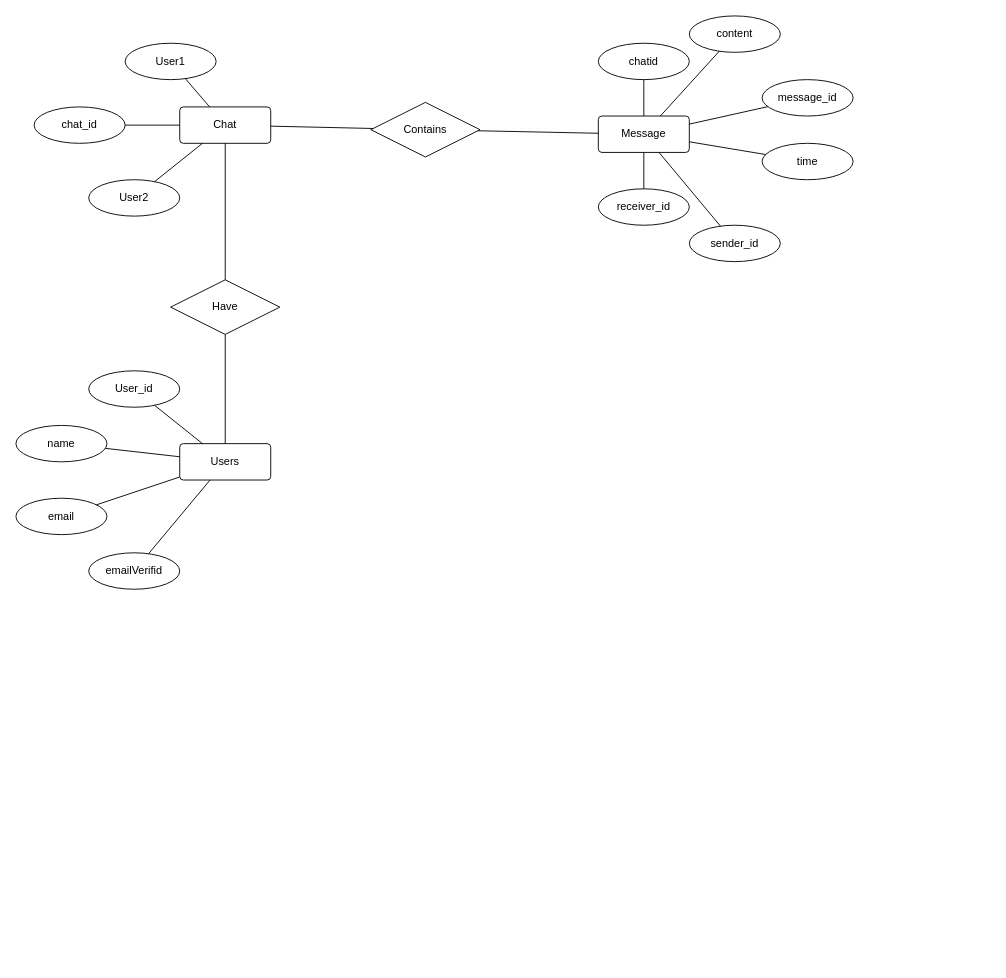
The draw.io diagram Draw.io/Untitled Diagram.drawio in Vishwanath61/21CS210-DBMS-LAB, before the edit. Source tidied: cells renumbered, new cells numbered last; positions are measured from the earlier drawing's top-left corner, leaving out a move shared by most shapes. Both pictures are drawn from the tidied source at 91%, with x=0, y=0 at pixel (15, 15).
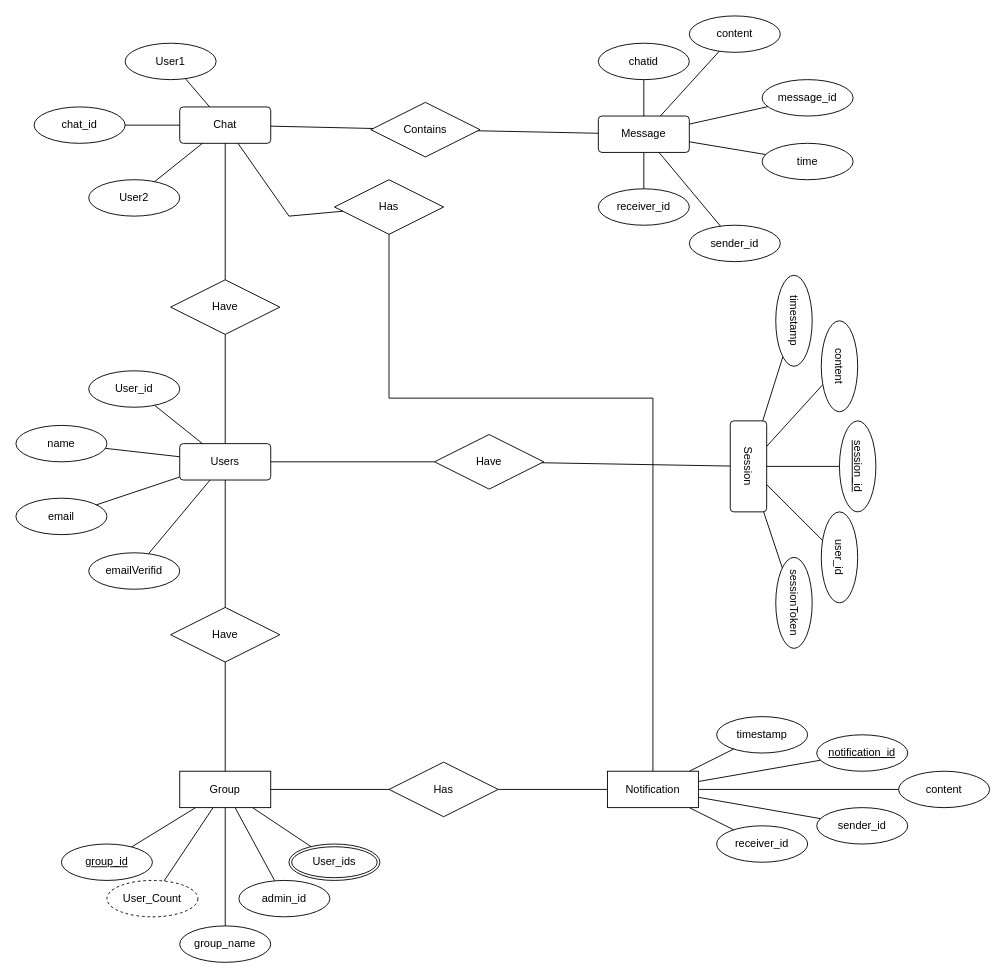
The same diagram, later.

The change refers to these unchanged cells:
```xml
<mxCell id="3" value="Chat" style="rounded=1;arcSize=10;whiteSpace=wrap;html=1;align=center;" parent="2" vertex="1">
  <mxGeometry x="160" y="70" width="100" height="40" as="geometry" />
</mxCell>
<mxCell id="27" value="Users" style="rounded=1;arcSize=10;whiteSpace=wrap;html=1;align=center;" parent="1" vertex="1">
  <mxGeometry x="180" y="470" width="100" height="40" as="geometry" />
</mxCell>
```

Change to the diagram source:
```diff
@@
+    <mxCell id="39" style="group;" parent="1" vertex="1">
+      <mxGeometry x="650" y="770" width="420" height="160" as="geometry" />
+    </mxCell>
+    <mxCell id="40" style="group;" parent="39" vertex="1">
+      <mxGeometry x="120" width="300" height="160" as="geometry" />
+    </mxCell>
+    <mxCell id="41" style="group;" parent="40" vertex="1">
+      <mxGeometry width="300" height="160" as="geometry" />
+    </mxCell>
+    <mxCell id="42" value="timestamp" style="ellipse;whiteSpace=wrap;html=1;align=center;" parent="41" vertex="1">
+      <mxGeometry width="100" height="40" as="geometry" />
+    </mxCell>
+    <mxCell id="43" value="notification_id" style="ellipse;whiteSpace=wrap;html=1;align=center;fontStyle=4;" parent="41" vertex="1">
+      <mxGeometry x="110" y="20" width="100" height="40" as="geometry" />
+    </mxCell>
+    <mxCell id="44" value="content" style="ellipse;whiteSpace=wrap;html=1;align=center;" parent="41" vertex="1">
+      <mxGeometry x="200" y="60" width="100" height="40" as="geometry" />
+    </mxCell>
+    <mxCell id="45" value="sender_id" style="ellipse;whiteSpace=wrap;html=1;align=center;" parent="41" vertex="1">
+      <mxGeometry x="110" y="100" width="100" height="40" as="geometry" />
+    </mxCell>
+    <mxCell id="46" value="receiver_id" style="ellipse;whiteSpace=wrap;html=1;align=center;" parent="41" vertex="1">
+      <mxGeometry y="120" width="100" height="40" as="geometry" />
+    </mxCell>
+    <mxCell id="47" style="endArrow=none;html=1;rounded=0;" parent="39" edge="1" source="42" target="49">
+      <mxGeometry relative="1" as="geometry" />
+    </mxCell>
+    <mxCell id="48" style="endArrow=none;html=1;rounded=0;" parent="39" edge="1" source="46" target="49">
+      <mxGeometry relative="1" as="geometry" />
+    </mxCell>
+    <mxCell id="49" value="Notification" style="whiteSpace=wrap;html=1;align=center;" parent="39" vertex="1">
+      <mxGeometry y="60" width="100" height="40" as="geometry" />
+    </mxCell>
+    <mxCell id="50" style="endArrow=none;html=1;rounded=0;" parent="39" edge="1" source="43" target="49">
+      <mxGeometry relative="1" as="geometry" />
+    </mxCell>
+    <mxCell id="51" style="endArrow=none;html=1;rounded=0;" parent="39" edge="1" source="44" target="49">
+      <mxGeometry relative="1" as="geometry" />
+    </mxCell>
+    <mxCell id="52" style="endArrow=none;html=1;rounded=0;" parent="39" edge="1" source="45" target="49">
+      <mxGeometry relative="1" as="geometry" />
+    </mxCell>
+    <mxCell id="53" style="group;" parent="1" vertex="1">
+      <mxGeometry x="50" y="830" width="350" height="210" as="geometry" />
+    </mxCell>
+    <mxCell id="54" value="Group" style="whiteSpace=wrap;html=1;align=center;" parent="53" vertex="1">
+      <mxGeometry x="130" width="100" height="40" as="geometry" />
+    </mxCell>
+    <mxCell id="55" style="group;" parent="53" vertex="1">
+      <mxGeometry y="80" width="350" height="130" as="geometry" />
+    </mxCell>
+    <mxCell id="56" value="group_name" style="ellipse;whiteSpace=wrap;html=1;align=center;" parent="55" vertex="1">
+      <mxGeometry x="130" y="90" width="100" height="40" as="geometry" />
+    </mxCell>
+    <mxCell id="57" value="group_id" style="ellipse;whiteSpace=wrap;html=1;align=center;fontStyle=4;" parent="55" vertex="1">
+      <mxGeometry width="100" height="40" as="geometry" />
+    </mxCell>
+    <mxCell id="58" value="admin_id" style="ellipse;whiteSpace=wrap;html=1;align=center;" parent="55" vertex="1">
+      <mxGeometry x="195" y="40" width="100" height="40" as="geometry" />
+    </mxCell>
+    <mxCell id="59" value="User_Count" style="ellipse;whiteSpace=wrap;html=1;align=center;dashed=1;" parent="55" vertex="1">
+      <mxGeometry x="50" y="40" width="100" height="40" as="geometry" />
+    </mxCell>
+    <mxCell id="60" value="User_ids" style="ellipse;shape=doubleEllipse;margin=3;whiteSpace=wrap;html=1;align=center;" parent="55" vertex="1">
+      <mxGeometry x="250" width="100" height="40" as="geometry" />
+    </mxCell>
+    <mxCell id="61" style="endArrow=none;html=1;rounded=0;" parent="53" edge="1" source="56" target="54">
+      <mxGeometry relative="1" as="geometry" />
+    </mxCell>
+    <mxCell id="62" style="endArrow=none;html=1;rounded=0;" parent="53" edge="1" source="57" target="54">
+      <mxGeometry relative="1" as="geometry" />
+    </mxCell>
+    <mxCell id="63" style="endArrow=none;html=1;rounded=0;" parent="53" edge="1" source="54" target="58">
+      <mxGeometry relative="1" as="geometry" />
+    </mxCell>
+    <mxCell id="64" style="endArrow=none;html=1;rounded=0;" parent="53" edge="1" source="59" target="54">
+      <mxGeometry relative="1" as="geometry" />
+    </mxCell>
+    <mxCell id="65" style="endArrow=none;html=1;rounded=0;" parent="53" edge="1" source="60" target="54">
+      <mxGeometry relative="1" as="geometry" />
+    </mxCell>
+    <mxCell id="66" style="group;rotation=90;" parent="1" vertex="1">
+      <mxGeometry x="660" y="410" width="410" height="160" as="geometry" />
+    </mxCell>
+    <mxCell id="67" value="Session" style="rounded=1;arcSize=10;whiteSpace=wrap;html=1;align=center;rotation=90;" parent="66" vertex="1">
+      <mxGeometry x="95" y="65" width="100" height="40" as="geometry" />
+    </mxCell>
+    <mxCell id="68" style="endArrow=none;html=1;rounded=0;" parent="66" edge="1" source="67" target="77">
+      <mxGeometry relative="1" as="geometry" />
+    </mxCell>
+    <mxCell id="69" style="endArrow=none;html=1;rounded=0;" parent="66" edge="1" source="67" target="75">
+      <mxGeometry relative="1" as="geometry" />
+    </mxCell>
+    <mxCell id="70" style="endArrow=none;html=1;rounded=0;" parent="66" edge="1" source="78" target="67">
+      <mxGeometry relative="1" as="geometry" />
+    </mxCell>
+    <mxCell id="71" style="endArrow=none;html=1;rounded=0;" parent="66" edge="1" source="67" target="74">
+      <mxGeometry relative="1" as="geometry" />
+    </mxCell>
+    <mxCell id="72" style="endArrow=none;html=1;rounded=0;" parent="66" edge="1" source="67" target="76">
+      <mxGeometry relative="1" as="geometry" />
+    </mxCell>
+    <mxCell id="73" style="group;rotation=90;" parent="66" vertex="1">
+      <mxGeometry x="25" y="25" width="410" height="110" as="geometry" />
+    </mxCell>
+    <mxCell id="74" value="user_id" style="ellipse;whiteSpace=wrap;html=1;align=center;rotation=90;" parent="73" vertex="1">
+      <mxGeometry x="170" y="140" width="100" height="40" as="geometry" />
+    </mxCell>
+    <mxCell id="75" value="content" style="ellipse;whiteSpace=wrap;html=1;align=center;rotation=90;" parent="73" vertex="1">
+      <mxGeometry x="170" y="-70" width="100" height="40" as="geometry" />
+    </mxCell>
+    <mxCell id="76" value="sessionToken" style="ellipse;whiteSpace=wrap;html=1;align=center;rotation=90;" parent="73" vertex="1">
+      <mxGeometry x="120" y="190" width="100" height="40" as="geometry" />
+    </mxCell>
+    <mxCell id="77" value="session_id" style="ellipse;whiteSpace=wrap;html=1;align=center;fontStyle=4;rotation=90;" parent="73" vertex="1">
+      <mxGeometry x="190" y="40" width="100" height="40" as="geometry" />
+    </mxCell>
+    <mxCell id="78" value="timestamp" style="ellipse;whiteSpace=wrap;html=1;align=center;rotation=90;" parent="73" vertex="1">
+      <mxGeometry x="120" y="-120" width="100" height="40" as="geometry" />
+    </mxCell>
+    <mxCell id="79" value="Has" style="shape=rhombus;perimeter=rhombusPerimeter;whiteSpace=wrap;html=1;align=center;" parent="1" vertex="1">
+      <mxGeometry x="350" y="180" width="120" height="60" as="geometry" />
+    </mxCell>
+    <mxCell id="80" style="endArrow=none;html=1;rounded=0;" parent="1" edge="1" source="79" target="3">
+      <mxGeometry relative="1" as="geometry">
+        <Array as="points">
+          <mxPoint x="300" y="220" />
+        </Array>
+      </mxGeometry>
+    </mxCell>
+    <mxCell id="81" value="Have" style="shape=rhombus;perimeter=rhombusPerimeter;whiteSpace=wrap;html=1;align=center;" parent="1" vertex="1">
+      <mxGeometry x="170" y="650" width="120" height="60" as="geometry" />
+    </mxCell>
+    <mxCell id="82" style="endArrow=none;html=1;rounded=0;" parent="1" edge="1" source="81" target="27">
+      <mxGeometry relative="1" as="geometry" />
+    </mxCell>
+    <mxCell id="83" style="endArrow=none;html=1;rounded=0;" parent="1" edge="1" source="81" target="54">
+      <mxGeometry relative="1" as="geometry" />
+    </mxCell>
+    <mxCell id="84" value="Have" style="shape=rhombus;perimeter=rhombusPerimeter;whiteSpace=wrap;html=1;align=center;" parent="1" vertex="1">
+      <mxGeometry x="460" y="460" width="120" height="60" as="geometry" />
+    </mxCell>
+    <mxCell id="85" style="endArrow=none;html=1;rounded=0;" parent="1" edge="1" source="84" target="67">
+      <mxGeometry relative="1" as="geometry" />
+    </mxCell>
+    <mxCell id="86" style="endArrow=none;html=1;rounded=0;" parent="1" edge="1" source="27" target="84">
+      <mxGeometry relative="1" as="geometry" />
+    </mxCell>
+    <mxCell id="87" style="endArrow=none;html=1;rounded=0;" parent="1" edge="1" source="79" target="49">
+      <mxGeometry relative="1" as="geometry">
+        <Array as="points">
+          <mxPoint x="410" y="420" />
+          <mxPoint x="700" y="420" />
+        </Array>
+      </mxGeometry>
+    </mxCell>
+    <mxCell id="88" value="Has" style="shape=rhombus;perimeter=rhombusPerimeter;whiteSpace=wrap;html=1;align=center;" parent="1" vertex="1">
+      <mxGeometry x="410" y="820" width="120" height="60" as="geometry" />
+    </mxCell>
+    <mxCell id="89" style="endArrow=none;html=1;rounded=0;" parent="1" edge="1" source="54" target="88">
+      <mxGeometry relative="1" as="geometry" />
+    </mxCell>
+    <mxCell id="90" style="endArrow=none;html=1;rounded=0;" parent="1" edge="1" source="88" target="49">
+      <mxGeometry relative="1" as="geometry" />
+    </mxCell>
```
